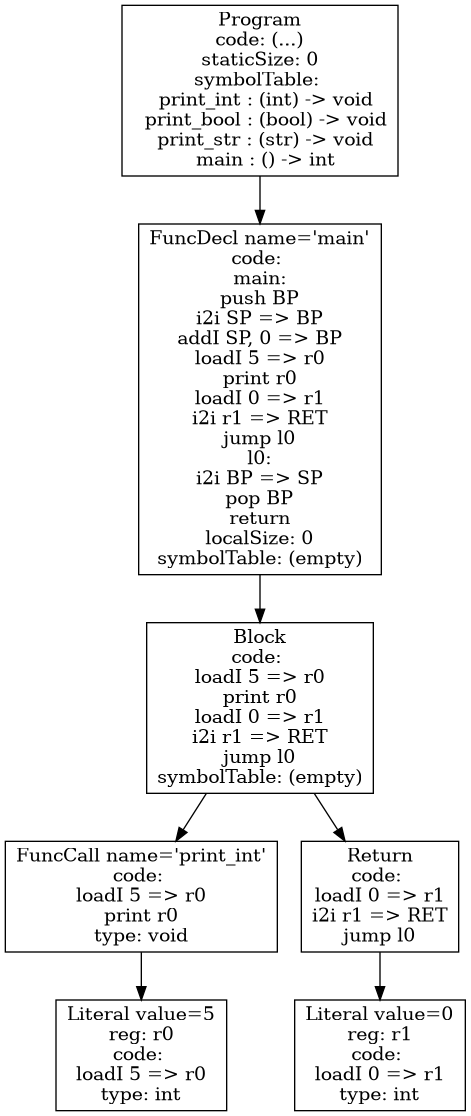
Before: p4-codegen/iloc-tree.png, a diagram exported from Graphviz (atrim11/CS432). Its source is kept beside it as p4-codegen/iloc-tree.dot.
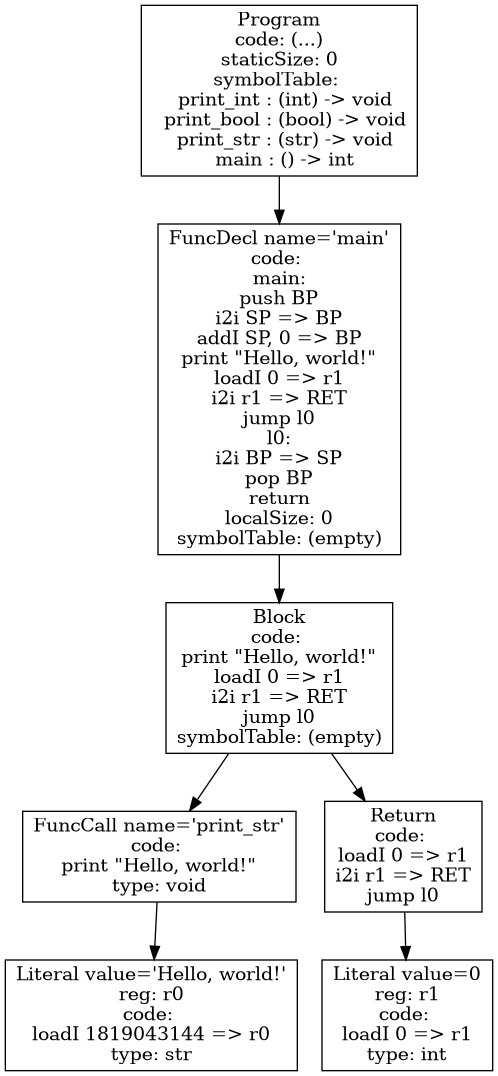
The same file after the commit.

Commit message:
print_string fixed

What changed in the source:
```diff
@@ -1,14 +1,14 @@
 digraph AST {
-4 [shape=box, label="Literal value=5\nreg: r0\ncode: \nloadI 5 => r0\ntype: int"];
-3 [shape=box, label="FuncCall name='print_int'\ncode: \nloadI 5 => r0\nprint r0\ntype: void"];
+4 [shape=box, label="Literal value='Hello, world!'\nreg: r0\ncode: \nloadI 1819043144 => r0\ntype: str"];
+3 [shape=box, label="FuncCall name='print_str'\ncode: \nprint \"Hello, world!\"\ntype: void"];
 3 -> 4;
 6 [shape=box, label="Literal value=0\nreg: r1\ncode: \nloadI 0 => r1\ntype: int"];
 5 [shape=box, label="Return\ncode: \nloadI 0 => r1\ni2i r1 => RET\njump l0"];
 5 -> 6;
-2 [shape=box, label="Block\ncode: \nloadI 5 => r0\nprint r0\nloadI 0 => r1\ni2i r1 => RET\njump l0\nsymbolTable: (empty)"];
+2 [shape=box, label="Block\ncode: \nprint \"Hello, world!\"\nloadI 0 => r1\ni2i r1 => RET\njump l0\nsymbolTable: (empty)"];
 2 -> 3;
 2 -> 5;
-1 [shape=box, label="FuncDecl name='main'\ncode: \nmain:\npush BP\ni2i SP => BP\naddI SP, 0 => BP\nloadI 5 => r0\nprint r0\nloadI 0 => r1\ni2i r1 => RET\njump l0\nl0:\ni2i BP => SP\npop BP\nreturn\nlocalSize: 0\nsymbolTable: (empty)"];
+1 [shape=box, label="FuncDecl name='main'\ncode: \nmain:\npush BP\ni2i SP => BP\naddI SP, 0 => BP\nprint \"Hello, world!\"\nloadI 0 => r1\ni2i r1 => RET\njump l0\nl0:\ni2i BP => SP\npop BP\nreturn\nlocalSize: 0\nsymbolTable: (empty)"];
 1 -> 2;
 0 [shape=box, label="Program\ncode: (...)\nstaticSize: 0\nsymbolTable: \n  print_int : (int) -> void\n  print_bool : (bool) -> void\n  print_str : (str) -> void\n  main : () -> int"];
 0 -> 1;
```
